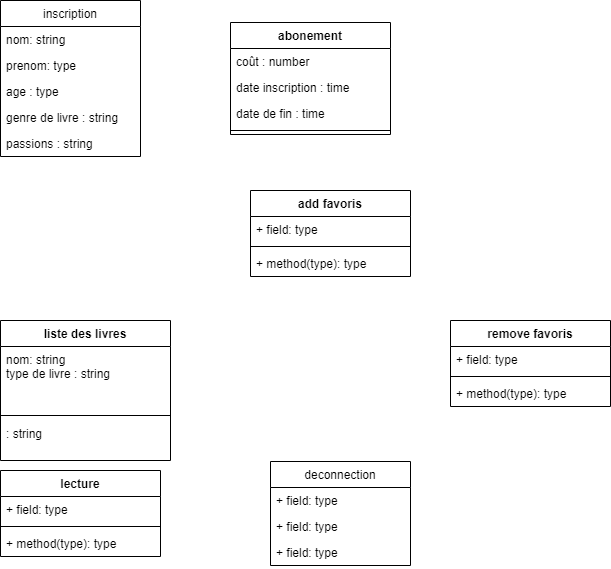
The draw.io diagram exo5.png in ttcyvan/crkdesintdp, before a commit. Source tidied: cells renumbered, new cells last; positions are measured from the earlier drawing's top-left corner, leaving out a move shared by most shapes.
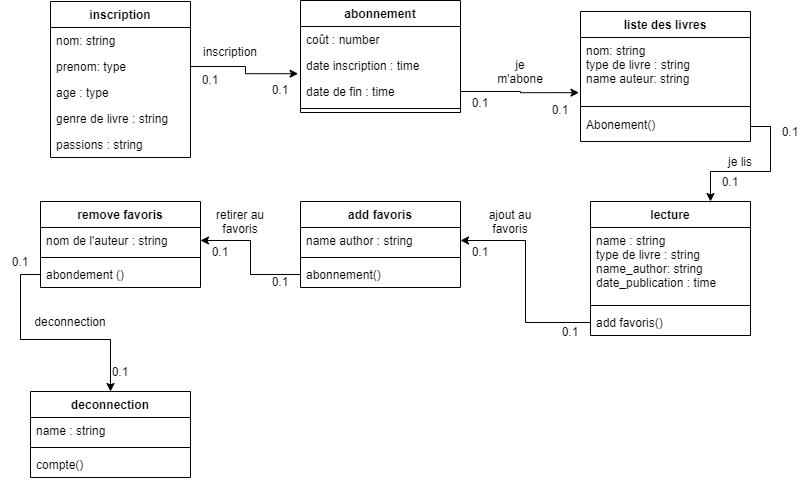
The same diagram one commit later.

Diff of the diagram source:
```diff
@@ -2,8 +2,8 @@
   <root>
     <mxCell id="0" />
     <mxCell id="1" parent="0" />
-    <mxCell id="2" value="inscription" style="swimlane;fontStyle=0;horizontal=1;startSize=26;fillColor=none;" parent="1" vertex="1">
-      <mxGeometry width="140" height="156" as="geometry" />
+    <mxCell id="2" value="inscription" style="swimlane;fontStyle=1;horizontal=1;startSize=26;fillColor=none;" parent="1" vertex="1">
+      <mxGeometry x="-30" y="10" width="140" height="156" as="geometry" />
     </mxCell>
     <mxCell id="3" value="nom: string" style="text;strokeColor=none;fillColor=none;align=left;verticalAlign=top;spacingLeft=4;spacingRight=4;overflow=hidden;" parent="2" vertex="1">
       <mxGeometry y="26" width="140" height="26" as="geometry" />
@@ -20,8 +20,8 @@
     <mxCell id="7" value="passions : string" style="text;strokeColor=none;fillColor=none;align=left;verticalAlign=top;spacingLeft=4;spacingRight=4;overflow=hidden;" parent="2" vertex="1">
       <mxGeometry y="130" width="140" height="26" as="geometry" />
     </mxCell>
-    <mxCell id="8" value="abonement" style="swimlane;fontStyle=1;align=center;verticalAlign=top;horizontal=1;startSize=26;" parent="1" vertex="1">
-      <mxGeometry x="230" y="22" width="160" height="112" as="geometry" />
+    <mxCell id="8" value="abonnement" style="swimlane;fontStyle=1;align=center;verticalAlign=top;horizontal=1;startSize=26;" parent="1" vertex="1">
+      <mxGeometry x="220" y="9" width="160" height="112" as="geometry" />
     </mxCell>
     <mxCell id="9" value="coût : number" style="text;strokeColor=none;fillColor=none;align=left;verticalAlign=top;spacingLeft=4;spacingRight=4;overflow=hidden;" parent="8" vertex="1">
       <mxGeometry y="26" width="160" height="26" as="geometry" />
@@ -36,64 +36,138 @@
       <mxGeometry y="104" width="160" height="8" as="geometry" />
     </mxCell>
     <mxCell id="13" value="liste des livres" style="swimlane;fontStyle=1;align=center;verticalAlign=top;horizontal=1;startSize=26;" parent="1" vertex="1">
-      <mxGeometry y="320" width="170" height="140" as="geometry" />
+      <mxGeometry x="500" y="20" width="170" height="130" as="geometry" />
     </mxCell>
-    <mxCell id="14" value="nom: string&#10;type de livre : string&#10;" style="text;strokeColor=none;fillColor=none;align=left;verticalAlign=top;spacingLeft=4;spacingRight=4;overflow=hidden;points=[[0,0.5],[1,0.5]];portConstraint=eastwest;" parent="13" vertex="1">
+    <mxCell id="14" value="nom: string&#10;type de livre : string&#10;name auteur: string&#10;" style="text;strokeColor=none;fillColor=none;align=left;verticalAlign=top;spacingLeft=4;spacingRight=4;overflow=hidden;points=[[0,0.5],[1,0.5]];portConstraint=eastwest;" parent="13" vertex="1">
       <mxGeometry y="26" width="170" height="64" as="geometry" />
     </mxCell>
     <mxCell id="15" style="line;strokeWidth=1;fillColor=none;align=left;verticalAlign=middle;spacingTop=-1;spacingLeft=3;spacingRight=3;labelPosition=right;" parent="13" vertex="1">
       <mxGeometry y="90" width="170" height="10" as="geometry" />
     </mxCell>
-    <mxCell id="16" value=": string" style="text;strokeColor=none;fillColor=none;align=left;verticalAlign=top;spacingLeft=4;spacingRight=4;overflow=hidden;points=[[0,0.5],[1,0.5]];portConstraint=eastwest;" parent="13" vertex="1">
-      <mxGeometry y="100" width="170" height="40" as="geometry" />
+    <mxCell id="16" value="Abonement()" style="text;strokeColor=none;fillColor=none;align=left;verticalAlign=top;spacingLeft=4;spacingRight=4;overflow=hidden;points=[[0,0.5],[1,0.5]];portConstraint=eastwest;" parent="13" vertex="1">
+      <mxGeometry y="100" width="170" height="30" as="geometry" />
     </mxCell>
     <mxCell id="17" value="lecture" style="swimlane;fontStyle=1;align=center;verticalAlign=top;horizontal=1;startSize=26;" parent="1" vertex="1">
-      <mxGeometry y="470" width="160" height="86" as="geometry" />
+      <mxGeometry x="510" y="210" width="160" height="134" as="geometry" />
     </mxCell>
-    <mxCell id="18" value="+ field: type" style="text;strokeColor=none;fillColor=none;align=left;verticalAlign=top;spacingLeft=4;spacingRight=4;overflow=hidden;" parent="17" vertex="1">
-      <mxGeometry y="26" width="160" height="26" as="geometry" />
+    <mxCell id="18" value="name : string&#10;type de livre : string&#10;name_author: string&#10;date_publication : time" style="text;strokeColor=none;fillColor=none;align=left;verticalAlign=top;spacingLeft=4;spacingRight=4;overflow=hidden;" parent="17" vertex="1">
+      <mxGeometry y="26" width="160" height="74" as="geometry" />
     </mxCell>
     <mxCell id="19" style="line;strokeWidth=1;fillColor=none;align=left;verticalAlign=middle;spacingTop=-1;spacingLeft=3;spacingRight=3;labelPosition=right;" parent="17" vertex="1">
-      <mxGeometry y="52" width="160" height="8" as="geometry" />
+      <mxGeometry y="100" width="160" height="8" as="geometry" />
     </mxCell>
-    <mxCell id="20" value="+ method(type): type" style="text;strokeColor=none;fillColor=none;align=left;verticalAlign=top;spacingLeft=4;spacingRight=4;overflow=hidden;points=[[0,0.5],[1,0.5]];portConstraint=eastwest;" parent="17" vertex="1">
-      <mxGeometry y="60" width="160" height="26" as="geometry" />
+    <mxCell id="20" value="add favoris()" style="text;strokeColor=none;fillColor=none;align=left;verticalAlign=top;spacingLeft=4;spacingRight=4;overflow=hidden;points=[[0,0.5],[1,0.5]];portConstraint=eastwest;" parent="17" vertex="1">
+      <mxGeometry y="108" width="160" height="26" as="geometry" />
     </mxCell>
     <mxCell id="21" value="add favoris" style="swimlane;fontStyle=1;align=center;verticalAlign=top;horizontal=1;startSize=26;" parent="1" vertex="1">
-      <mxGeometry x="250" y="190" width="160" height="86" as="geometry" />
+      <mxGeometry x="220" y="210" width="160" height="86" as="geometry" />
     </mxCell>
-    <mxCell id="22" value="+ field: type" style="text;strokeColor=none;fillColor=none;align=left;verticalAlign=top;spacingLeft=4;spacingRight=4;overflow=hidden;points=[[0,0.5],[1,0.5]];portConstraint=eastwest;" parent="21" vertex="1">
+    <mxCell id="22" value="name author : string" style="text;strokeColor=none;fillColor=none;align=left;verticalAlign=top;spacingLeft=4;spacingRight=4;overflow=hidden;points=[[0,0.5],[1,0.5]];portConstraint=eastwest;" parent="21" vertex="1">
       <mxGeometry y="26" width="160" height="26" as="geometry" />
     </mxCell>
     <mxCell id="23" style="line;strokeWidth=1;fillColor=none;align=left;verticalAlign=middle;spacingTop=-1;spacingLeft=3;spacingRight=3;labelPosition=right;" parent="21" vertex="1">
       <mxGeometry y="52" width="160" height="8" as="geometry" />
     </mxCell>
-    <mxCell id="24" value="+ method(type): type" style="text;strokeColor=none;fillColor=none;align=left;verticalAlign=top;spacingLeft=4;spacingRight=4;overflow=hidden;points=[[0,0.5],[1,0.5]];portConstraint=eastwest;" parent="21" vertex="1">
+    <mxCell id="24" value="abonnement()" style="text;strokeColor=none;fillColor=none;align=left;verticalAlign=top;spacingLeft=4;spacingRight=4;overflow=hidden;points=[[0,0.5],[1,0.5]];portConstraint=eastwest;" parent="21" vertex="1">
       <mxGeometry y="60" width="160" height="26" as="geometry" />
     </mxCell>
     <mxCell id="25" value="remove favoris" style="swimlane;fontStyle=1;align=center;verticalAlign=top;horizontal=1;startSize=26;" parent="1" vertex="1">
-      <mxGeometry x="450" y="320" width="160" height="86" as="geometry" />
+      <mxGeometry x="-40" y="210" width="160" height="86" as="geometry" />
     </mxCell>
-    <mxCell id="26" value="+ field: type" style="text;strokeColor=none;fillColor=none;align=left;verticalAlign=top;spacingLeft=4;spacingRight=4;overflow=hidden;points=[[0,0.5],[1,0.5]];portConstraint=eastwest;" parent="25" vertex="1">
+    <mxCell id="26" value="nom de l'auteur : string&#10;" style="text;strokeColor=none;fillColor=none;align=left;verticalAlign=top;spacingLeft=4;spacingRight=4;overflow=hidden;points=[[0,0.5],[1,0.5]];portConstraint=eastwest;" parent="25" vertex="1">
       <mxGeometry y="26" width="160" height="26" as="geometry" />
     </mxCell>
     <mxCell id="27" style="line;strokeWidth=1;fillColor=none;align=left;verticalAlign=middle;spacingTop=-1;spacingLeft=3;spacingRight=3;labelPosition=right;" parent="25" vertex="1">
       <mxGeometry y="52" width="160" height="8" as="geometry" />
     </mxCell>
-    <mxCell id="28" value="+ method(type): type" style="text;strokeColor=none;fillColor=none;align=left;verticalAlign=top;spacingLeft=4;spacingRight=4;overflow=hidden;points=[[0,0.5],[1,0.5]];portConstraint=eastwest;" parent="25" vertex="1">
+    <mxCell id="28" value="abondement ()" style="text;strokeColor=none;fillColor=none;align=left;verticalAlign=top;spacingLeft=4;spacingRight=4;overflow=hidden;points=[[0,0.5],[1,0.5]];portConstraint=eastwest;" parent="25" vertex="1">
       <mxGeometry y="60" width="160" height="26" as="geometry" />
     </mxCell>
-    <mxCell id="29" value="deconnection" style="swimlane;fontStyle=0;horizontal=1;startSize=26;fillColor=none;" parent="1" vertex="1">
-      <mxGeometry x="270" y="461" width="140" height="104" as="geometry" />
-    </mxCell>
-    <mxCell id="30" value="+ field: type" style="text;strokeColor=none;fillColor=none;align=left;verticalAlign=top;spacingLeft=4;spacingRight=4;overflow=hidden;" parent="29" vertex="1">
-      <mxGeometry y="26" width="140" height="26" as="geometry" />
-    </mxCell>
-    <mxCell id="31" value="+ field: type" style="text;strokeColor=none;fillColor=none;align=left;verticalAlign=top;spacingLeft=4;spacingRight=4;overflow=hidden;" parent="29" vertex="1">
-      <mxGeometry y="52" width="140" height="26" as="geometry" />
-    </mxCell>
-    <mxCell id="32" value="+ field: type" style="text;strokeColor=none;fillColor=none;align=left;verticalAlign=top;spacingLeft=4;spacingRight=4;overflow=hidden;" parent="29" vertex="1">
-      <mxGeometry y="78" width="140" height="26" as="geometry" />
-    </mxCell>
+    <mxCell id="33" style="edgeStyle=orthogonalEdgeStyle;rounded=0;jettySize=auto;html=1;exitX=1;exitY=0.5;exitDx=0;exitDy=0;entryX=-0.015;entryY=0.815;entryDx=0;entryDy=0;entryPerimeter=0;" parent="1" edge="1" source="4" target="10">
+      <mxGeometry relative="1" as="geometry" />
+    </mxCell>
+    <mxCell id="34" style="edgeStyle=orthogonalEdgeStyle;rounded=0;jettySize=auto;html=1;exitX=1;exitY=0.5;exitDx=0;exitDy=0;entryX=-0.009;entryY=0.862;entryDx=0;entryDy=0;entryPerimeter=0;" parent="1" edge="1" source="11" target="14">
+      <mxGeometry relative="1" as="geometry" />
+    </mxCell>
+    <mxCell id="35" style="edgeStyle=orthogonalEdgeStyle;rounded=0;jettySize=auto;html=1;exitX=1;exitY=0.5;exitDx=0;exitDy=0;entryX=0.75;entryY=0;entryDx=0;entryDy=0;" parent="1" edge="1" source="16" target="17">
+      <mxGeometry relative="1" as="geometry" />
+    </mxCell>
+    <mxCell id="36" style="edgeStyle=orthogonalEdgeStyle;rounded=0;jettySize=auto;html=1;exitX=0;exitY=0.5;exitDx=0;exitDy=0;entryX=1;entryY=0.5;entryDx=0;entryDy=0;" parent="1" edge="1" source="20" target="22">
+      <mxGeometry relative="1" as="geometry" />
+    </mxCell>
+    <mxCell id="37" style="edgeStyle=orthogonalEdgeStyle;rounded=0;jettySize=auto;html=1;exitX=0;exitY=0.5;exitDx=0;exitDy=0;entryX=1;entryY=0.5;entryDx=0;entryDy=0;" parent="1" edge="1" source="24" target="26">
+      <mxGeometry relative="1" as="geometry" />
+    </mxCell>
+    <mxCell id="38" style="edgeStyle=orthogonalEdgeStyle;rounded=0;jettySize=auto;html=1;exitX=0;exitY=0.5;exitDx=0;exitDy=0;entryX=0.5;entryY=0;entryDx=0;entryDy=0;" parent="1" edge="1" source="28">
+      <mxGeometry relative="1" as="geometry">
+        <mxPoint x="30" y="400" as="targetPoint" />
+      </mxGeometry>
+    </mxCell>
+    <mxCell id="39" value="deconnection" style="swimlane;fontStyle=1;align=center;verticalAlign=top;horizontal=1;startSize=26;" parent="1" vertex="1">
+      <mxGeometry x="-50" y="400" width="160" height="86" as="geometry" />
+    </mxCell>
+    <mxCell id="40" value="name : string" style="text;strokeColor=none;fillColor=none;align=left;verticalAlign=top;spacingLeft=4;spacingRight=4;overflow=hidden;" parent="39" vertex="1">
+      <mxGeometry y="26" width="160" height="26" as="geometry" />
+    </mxCell>
+    <mxCell id="41" style="line;strokeWidth=1;fillColor=none;align=left;verticalAlign=middle;spacingTop=-1;spacingLeft=3;spacingRight=3;labelPosition=right;" parent="39" vertex="1">
+      <mxGeometry y="52" width="160" height="8" as="geometry" />
+    </mxCell>
+    <mxCell id="42" value="compte()" style="text;strokeColor=none;fillColor=none;align=left;verticalAlign=top;spacingLeft=4;spacingRight=4;overflow=hidden;" parent="39" vertex="1">
+      <mxGeometry y="60" width="160" height="26" as="geometry" />
+    </mxCell>
+    <mxCell id="43" value="inscription" style="text;html=1;strokeColor=none;fillColor=none;align=center;verticalAlign=middle;whiteSpace=wrap;rounded=0;" parent="1" vertex="1">
+      <mxGeometry x="130" y="50" width="40" height="20" as="geometry" />
+    </mxCell>
+    <mxCell id="44" value="je m'abone" style="text;html=1;strokeColor=none;fillColor=none;align=center;verticalAlign=middle;whiteSpace=wrap;rounded=0;" parent="1" vertex="1">
+      <mxGeometry x="410" y="70" width="60" height="20" as="geometry" />
+    </mxCell>
+    <mxCell id="45" value="je lis" style="text;html=1;strokeColor=none;fillColor=none;align=center;verticalAlign=middle;whiteSpace=wrap;rounded=0;" parent="1" vertex="1">
+      <mxGeometry x="630" y="160" width="60" height="20" as="geometry" />
+    </mxCell>
+    <mxCell id="46" value="ajout au favoris" style="text;html=1;strokeColor=none;fillColor=none;align=center;verticalAlign=middle;whiteSpace=wrap;rounded=0;" parent="1" vertex="1">
+      <mxGeometry x="400" y="220" width="60" height="20" as="geometry" />
+    </mxCell>
+    <mxCell id="47" value="retirer au favoris" style="text;html=1;strokeColor=none;fillColor=none;align=center;verticalAlign=middle;whiteSpace=wrap;rounded=0;" parent="1" vertex="1">
+      <mxGeometry x="130" y="220" width="60" height="20" as="geometry" />
+    </mxCell>
+    <mxCell id="48" value="deconnection" style="text;html=1;strokeColor=none;fillColor=none;align=center;verticalAlign=middle;whiteSpace=wrap;rounded=0;" parent="1" vertex="1">
+      <mxGeometry x="-40" y="320" width="60" height="20" as="geometry" />
+    </mxCell>
+    <mxCell id="49" value="0.1" style="text;html=1;strokeColor=none;fillColor=none;align=center;verticalAlign=middle;whiteSpace=wrap;rounded=0;" parent="1" vertex="1">
+      <mxGeometry x="110" y="78" width="40" height="20" as="geometry" />
+    </mxCell>
+    <mxCell id="50" value="0.1" style="text;html=1;strokeColor=none;fillColor=none;align=center;verticalAlign=middle;whiteSpace=wrap;rounded=0;" parent="1" vertex="1">
+      <mxGeometry x="180" y="88" width="40" height="20" as="geometry" />
+    </mxCell>
+    <mxCell id="51" value="0.1" style="text;html=1;strokeColor=none;fillColor=none;align=center;verticalAlign=middle;whiteSpace=wrap;rounded=0;" parent="1" vertex="1">
+      <mxGeometry x="380" y="101" width="40" height="20" as="geometry" />
+    </mxCell>
+    <mxCell id="52" value="0.1" style="text;html=1;strokeColor=none;fillColor=none;align=center;verticalAlign=middle;whiteSpace=wrap;rounded=0;" parent="1" vertex="1">
+      <mxGeometry x="460" y="108" width="40" height="20" as="geometry" />
+    </mxCell>
+    <mxCell id="53" value="0.1" style="text;html=1;strokeColor=none;fillColor=none;align=center;verticalAlign=middle;whiteSpace=wrap;rounded=0;" parent="1" vertex="1">
+      <mxGeometry x="120" y="250" width="40" height="20" as="geometry" />
+    </mxCell>
+    <mxCell id="54" value="0.1" style="text;html=1;strokeColor=none;fillColor=none;align=center;verticalAlign=middle;whiteSpace=wrap;rounded=0;" parent="1" vertex="1">
+      <mxGeometry x="180" y="280" width="40" height="20" as="geometry" />
+    </mxCell>
+    <mxCell id="55" value="0.1" style="text;html=1;strokeColor=none;fillColor=none;align=center;verticalAlign=middle;whiteSpace=wrap;rounded=0;" parent="1" vertex="1">
+      <mxGeometry x="380" y="250" width="40" height="20" as="geometry" />
+    </mxCell>
+    <mxCell id="56" value="0.1" style="text;html=1;strokeColor=none;fillColor=none;align=center;verticalAlign=middle;whiteSpace=wrap;rounded=0;" parent="1" vertex="1">
+      <mxGeometry x="470" y="330" width="40" height="20" as="geometry" />
+    </mxCell>
+    <mxCell id="57" value="0.1" style="text;html=1;strokeColor=none;fillColor=none;align=center;verticalAlign=middle;whiteSpace=wrap;rounded=0;" parent="1" vertex="1">
+      <mxGeometry x="690" y="130" width="40" height="20" as="geometry" />
+    </mxCell>
+    <mxCell id="58" value="0.1" style="text;html=1;strokeColor=none;fillColor=none;align=center;verticalAlign=middle;whiteSpace=wrap;rounded=0;" parent="1" vertex="1">
+      <mxGeometry x="630" y="180" width="40" height="20" as="geometry" />
+    </mxCell>
+    <mxCell id="59" value="0.1" style="text;html=1;strokeColor=none;fillColor=none;align=center;verticalAlign=middle;whiteSpace=wrap;rounded=0;" parent="1" vertex="1">
+      <mxGeometry x="20" y="370" width="40" height="20" as="geometry" />
+    </mxCell>
+    <mxCell id="60" value="0.1" style="text;html=1;strokeColor=none;fillColor=none;align=center;verticalAlign=middle;whiteSpace=wrap;rounded=0;" parent="1" vertex="1">
+      <mxGeometry x="-80" y="260" width="40" height="20" as="geometry" />
+    </mxCell>
   </root>
 </mxGraphModel>
```
